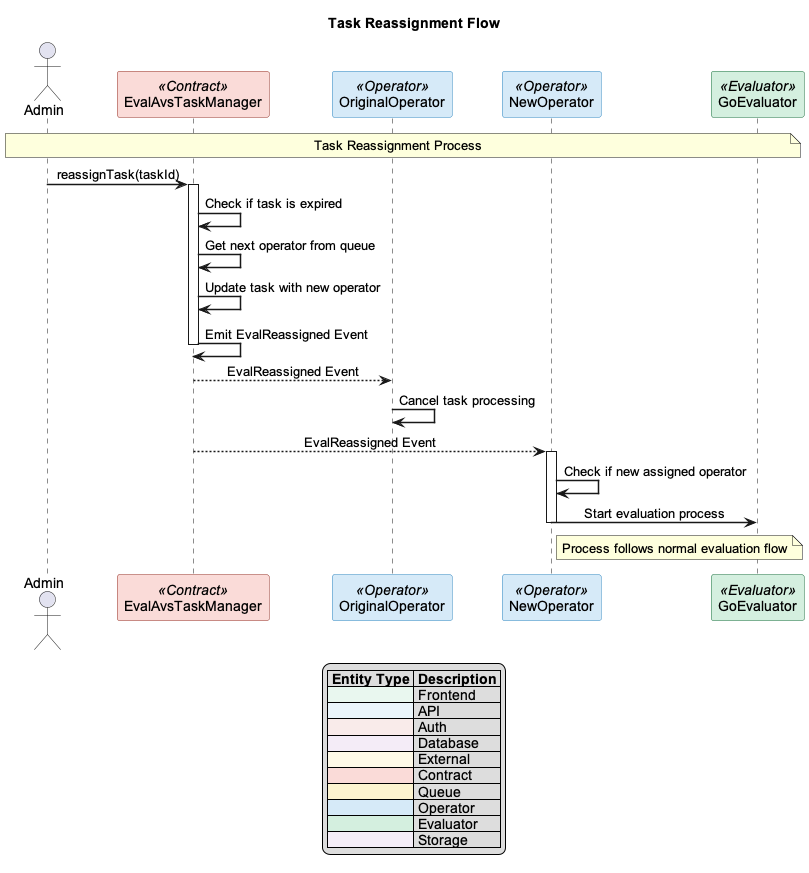
k-g-j/ll-sequence-diagrams keeps this PlantUML diagram as custom-diagrams/diagrams/avs-reassignment-flow.png. Above is the earlier version.
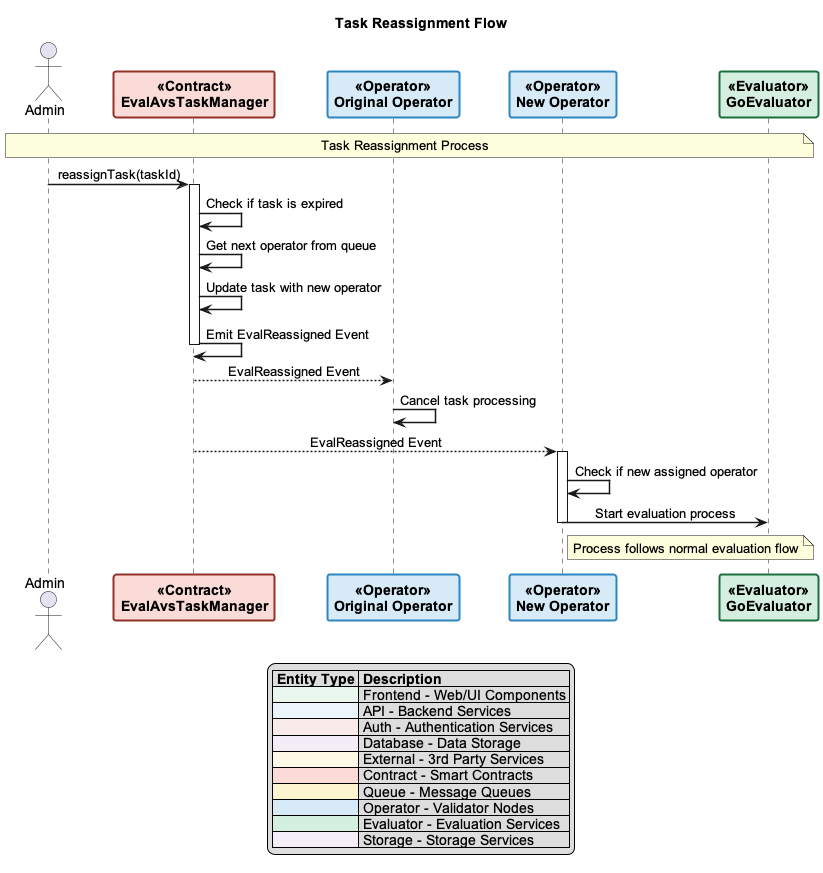
The same diagram one commit later.

Diff of the diagram source:
```diff
@@ -11,8 +11,8 @@
 
 actor Admin
 participant "EvalAvsTaskManager" as TaskManager <<Contract>>
-participant "OriginalOperator" as OriginalOperator <<Operator>>
-participant "NewOperator" as NewOperator <<Operator>>
+participant "Original Operator" as OriginalOperator <<Operator>>
+participant "New Operator" as NewOperator <<Operator>>
 participant "GoEvaluator" as GoEvaluator <<Evaluator>>
 
 note over Admin, GoEvaluator: Task Reassignment Process
```
